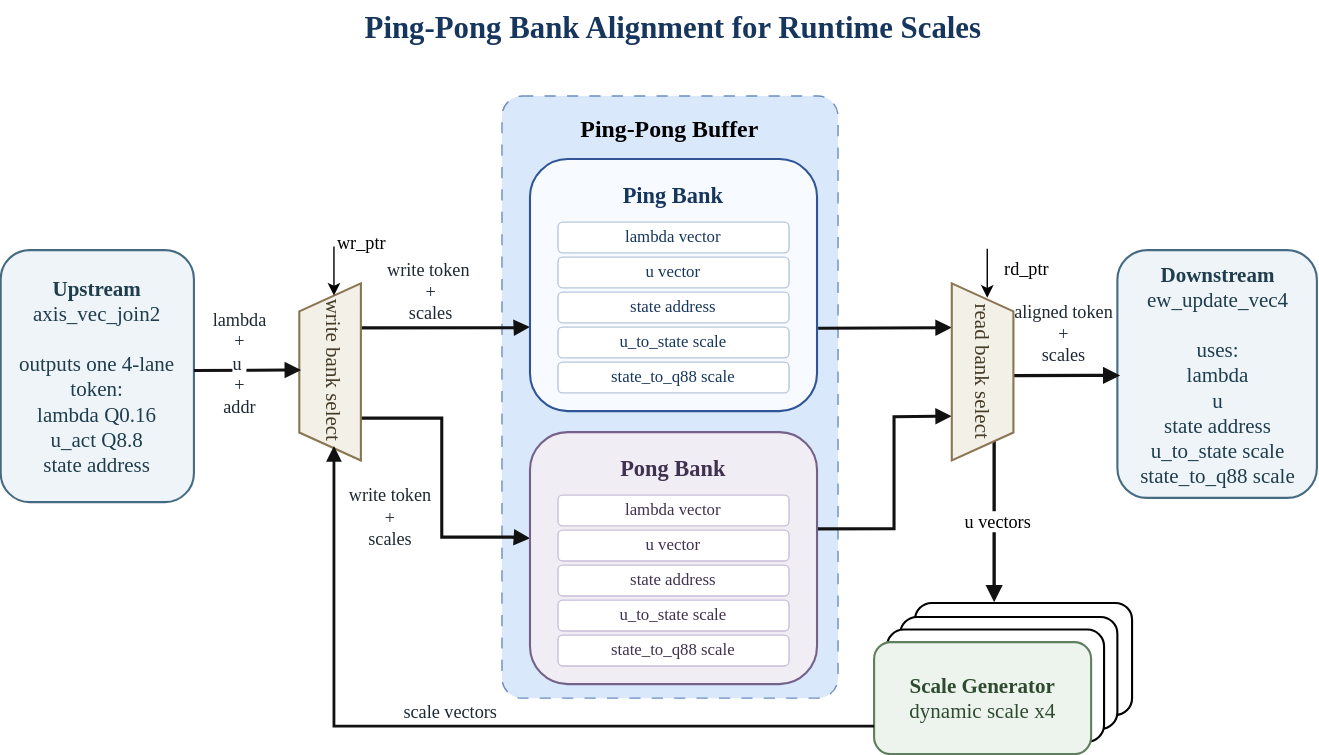
Elison-debug/Cmamba_reconstruct keeps this draw.io diagram as docx/presentation/thesis/drawio/ping_pong_scale_alignment.svg. Above is the earlier version. Source tidied: cells renumbered, new cells last; positions are measured from the earlier drawing's top-left corner, leaving out a move shared by most shapes.
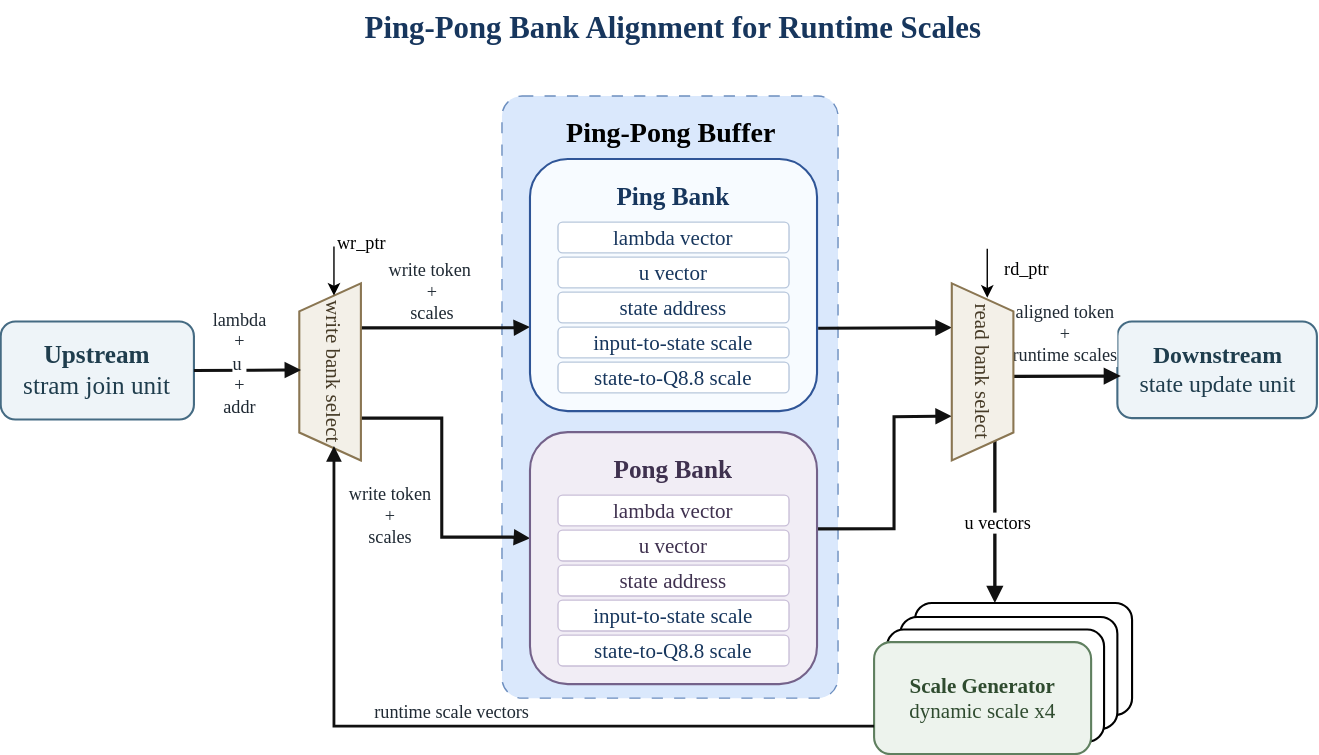
Above is the later version.

The edit, as a diff of the source:
```diff
@@ -59,8 +59,8 @@
     <mxCell id="11" value="Ping-Pong Bank Alignment for Runtime Scales" style="text;html=1;strokeColor=none;fillColor=none;fontFamily=Times New Roman;fontSize=22;fontStyle=1;fontColor=#17365d;align=center;" parent="1" vertex="1">
       <mxGeometry x="205" width="550" height="34" as="geometry" />
     </mxCell>
-    <mxCell id="12" value="&lt;div&gt;&lt;b&gt;Upstream&lt;/b&gt;&lt;/div&gt;&lt;div&gt;axis_vec_join2&lt;/div&gt;&lt;br&gt;&lt;div&gt;outputs one 4-lane token:&lt;/div&gt;&lt;div&gt;lambda Q0.16&lt;/div&gt;&lt;div&gt;u_act Q8.8&lt;/div&gt;&lt;div&gt;state address&lt;/div&gt;" style="rounded=1;whiteSpace=wrap;html=1;fillColor=#eef4f8;strokeColor=#456b83;fontColor=#1f3d4d;fontFamily=Times New Roman;fontSize=15;strokeWidth=1.5;" parent="1" vertex="1">
-      <mxGeometry y="178" width="138" height="180" as="geometry" />
+    <mxCell id="12" value="&lt;div&gt;&lt;b&gt;&lt;font style=&quot;font-size: 18px;&quot;&gt;Upstream&lt;/font&gt;&lt;/b&gt;&lt;/div&gt;&lt;div&gt;&lt;font style=&quot;font-size: 18px;&quot;&gt;stram join unit&lt;/font&gt;&lt;/div&gt;" style="rounded=1;whiteSpace=wrap;html=1;fillColor=#eef4f8;strokeColor=#456b83;fontColor=#1f3d4d;fontFamily=Times New Roman;fontSize=15;strokeWidth=1.5;" parent="1" vertex="1">
+      <mxGeometry y="229" width="138" height="70" as="geometry" />
     </mxCell>
     <mxCell id="13" style="shape=trapezoid;perimeter=trapezoidPerimeter;whiteSpace=wrap;html=1;fixedSize=1;direction=east;fillColor=#f3f0e8;strokeColor=#8a7652;fontColor=#463b27;fontFamily=Times New Roman;fontSize=15;strokeWidth=1.5;rotation=-90;" parent="1" vertex="1">
       <mxGeometry x="172" y="243" width="126.5" height="44" as="geometry" />
@@ -68,44 +68,44 @@
     <mxCell id="14" value="&lt;div&gt;&lt;b&gt;Scale Generator&lt;/b&gt;&lt;/div&gt;&lt;div&gt;dynamic scale x4&lt;/div&gt;" style="rounded=1;whiteSpace=wrap;html=1;fillColor=#edf3ed;strokeColor=#5f7f5f;fontColor=#2f4b2f;fontFamily=Times New Roman;fontSize=15;strokeWidth=1.5;" parent="1" vertex="1">
       <mxGeometry x="623.8" y="458" width="155" height="80" as="geometry" />
     </mxCell>
-    <mxCell id="15" value="Ping Bank" style="rounded=1;whiteSpace=wrap;html=1;fillColor=#f7fbff;strokeColor=#2f5597;fontColor=#17365d;fontFamily=Times New Roman;fontSize=16;fontStyle=1;strokeWidth=1.5;verticalAlign=top;spacingTop=10;" parent="1" vertex="1">
+    <mxCell id="15" value="&lt;font style=&quot;font-size: 18px;&quot;&gt;Ping Bank&lt;/font&gt;" style="rounded=1;whiteSpace=wrap;html=1;fillColor=#f7fbff;strokeColor=#2f5597;fontColor=#17365d;fontFamily=Times New Roman;fontSize=16;fontStyle=1;strokeWidth=1.5;verticalAlign=top;spacingTop=10;" parent="1" vertex="1">
       <mxGeometry x="378" y="113" width="205" height="180" as="geometry" />
     </mxCell>
-    <mxCell id="16" value="lambda vector" style="rounded=1;whiteSpace=wrap;html=1;fillColor=#ffffff;strokeColor=#b8c7dc;fontColor=#17365d;fontFamily=Times New Roman;fontSize=12;strokeWidth=1;" parent="1" vertex="1">
+    <mxCell id="16" value="&lt;font style=&quot;font-size: 15px;&quot;&gt;lambda vector&lt;/font&gt;" style="rounded=1;whiteSpace=wrap;html=1;fillColor=#ffffff;strokeColor=#b8c7dc;fontColor=#17365d;fontFamily=Times New Roman;fontSize=12;strokeWidth=1;" parent="1" vertex="1">
       <mxGeometry x="398" y="158" width="165" height="22" as="geometry" />
     </mxCell>
-    <mxCell id="17" value="u vector" style="rounded=1;whiteSpace=wrap;html=1;fillColor=#ffffff;strokeColor=#b8c7dc;fontColor=#17365d;fontFamily=Times New Roman;fontSize=12;strokeWidth=1;" parent="1" vertex="1">
+    <mxCell id="17" value="&lt;font style=&quot;font-size: 15px;&quot;&gt;u vector&lt;/font&gt;" style="rounded=1;whiteSpace=wrap;html=1;fillColor=#ffffff;strokeColor=#b8c7dc;fontColor=#17365d;fontFamily=Times New Roman;fontSize=12;strokeWidth=1;" parent="1" vertex="1">
       <mxGeometry x="398" y="183" width="165" height="22" as="geometry" />
     </mxCell>
-    <mxCell id="18" value="state address" style="rounded=1;whiteSpace=wrap;html=1;fillColor=#ffffff;strokeColor=#b8c7dc;fontColor=#17365d;fontFamily=Times New Roman;fontSize=12;strokeWidth=1;" parent="1" vertex="1">
+    <mxCell id="18" value="&lt;font style=&quot;font-size: 15px;&quot;&gt;state address&lt;/font&gt;" style="rounded=1;whiteSpace=wrap;html=1;fillColor=#ffffff;strokeColor=#b8c7dc;fontColor=#17365d;fontFamily=Times New Roman;fontSize=12;strokeWidth=1;" parent="1" vertex="1">
       <mxGeometry x="398" y="208" width="165" height="22" as="geometry" />
     </mxCell>
-    <mxCell id="19" value="u_to_state scale" style="rounded=1;whiteSpace=wrap;html=1;fillColor=#ffffff;strokeColor=#b8c7dc;fontColor=#17365d;fontFamily=Times New Roman;fontSize=12;strokeWidth=1;" parent="1" vertex="1">
+    <mxCell id="19" value="&lt;font style=&quot;font-size: 15px;&quot;&gt;input-to-state scale&lt;/font&gt;" style="rounded=1;whiteSpace=wrap;html=1;fillColor=#ffffff;strokeColor=#b8c7dc;fontColor=#17365d;fontFamily=Times New Roman;fontSize=12;strokeWidth=1;" parent="1" vertex="1">
       <mxGeometry x="398" y="233" width="165" height="22" as="geometry" />
     </mxCell>
-    <mxCell id="20" value="state_to_q88 scale" style="rounded=1;whiteSpace=wrap;html=1;fillColor=#ffffff;strokeColor=#b8c7dc;fontColor=#17365d;fontFamily=Times New Roman;fontSize=12;strokeWidth=1;" parent="1" vertex="1">
+    <mxCell id="20" value="&lt;font style=&quot;font-size: 15px;&quot;&gt;state-to-Q8.8 scale&lt;/font&gt;" style="rounded=1;whiteSpace=wrap;html=1;fillColor=#ffffff;strokeColor=#b8c7dc;fontColor=#17365d;fontFamily=Times New Roman;fontSize=12;strokeWidth=1;" parent="1" vertex="1">
       <mxGeometry x="398" y="258" width="165" height="22" as="geometry" />
     </mxCell>
-    <mxCell id="21" value="Pong Bank" style="rounded=1;whiteSpace=wrap;html=1;fillColor=#f1edf5;strokeColor=#74628a;fontColor=#3f314f;fontFamily=Times New Roman;fontSize=16;fontStyle=1;strokeWidth=1.5;verticalAlign=top;spacingTop=10;" parent="1" vertex="1">
+    <mxCell id="21" value="&lt;font style=&quot;font-size: 18px;&quot;&gt;Pong Bank&lt;/font&gt;" style="rounded=1;whiteSpace=wrap;html=1;fillColor=#f1edf5;strokeColor=#74628a;fontColor=#3f314f;fontFamily=Times New Roman;fontSize=16;fontStyle=1;strokeWidth=1.5;verticalAlign=top;spacingTop=10;" parent="1" vertex="1">
       <mxGeometry x="378" y="308" width="205" height="180" as="geometry" />
     </mxCell>
-    <mxCell id="22" value="lambda vector" style="rounded=1;whiteSpace=wrap;html=1;fillColor=#ffffff;strokeColor=#c9bfd8;fontColor=#3f314f;fontFamily=Times New Roman;fontSize=12;strokeWidth=1;" parent="1" vertex="1">
+    <mxCell id="22" value="&lt;font style=&quot;font-size: 15px;&quot;&gt;lambda vector&lt;/font&gt;" style="rounded=1;whiteSpace=wrap;html=1;fillColor=#ffffff;strokeColor=#c9bfd8;fontColor=#3f314f;fontFamily=Times New Roman;fontSize=12;strokeWidth=1;" parent="1" vertex="1">
       <mxGeometry x="398" y="353" width="165" height="22" as="geometry" />
     </mxCell>
-    <mxCell id="23" value="u vector" style="rounded=1;whiteSpace=wrap;html=1;fillColor=#ffffff;strokeColor=#c9bfd8;fontColor=#3f314f;fontFamily=Times New Roman;fontSize=12;strokeWidth=1;" parent="1" vertex="1">
+    <mxCell id="23" value="&lt;font style=&quot;font-size: 15px;&quot;&gt;u vector&lt;/font&gt;" style="rounded=1;whiteSpace=wrap;html=1;fillColor=#ffffff;strokeColor=#c9bfd8;fontColor=#3f314f;fontFamily=Times New Roman;fontSize=12;strokeWidth=1;" parent="1" vertex="1">
       <mxGeometry x="398" y="378" width="165" height="22" as="geometry" />
     </mxCell>
-    <mxCell id="24" value="state address" style="rounded=1;whiteSpace=wrap;html=1;fillColor=#ffffff;strokeColor=#c9bfd8;fontColor=#3f314f;fontFamily=Times New Roman;fontSize=12;strokeWidth=1;" parent="1" vertex="1">
+    <mxCell id="24" value="&lt;font style=&quot;font-size: 15px;&quot;&gt;state address&lt;/font&gt;" style="rounded=1;whiteSpace=wrap;html=1;fillColor=#ffffff;strokeColor=#c9bfd8;fontColor=#3f314f;fontFamily=Times New Roman;fontSize=12;strokeWidth=1;" parent="1" vertex="1">
       <mxGeometry x="398" y="403" width="165" height="22" as="geometry" />
     </mxCell>
-    <mxCell id="25" value="u_to_state scale" style="rounded=1;whiteSpace=wrap;html=1;fillColor=#ffffff;strokeColor=#c9bfd8;fontColor=#3f314f;fontFamily=Times New Roman;fontSize=12;strokeWidth=1;" parent="1" vertex="1">
+    <mxCell id="25" value="&lt;span style=&quot;color: rgb(23, 54, 93);&quot;&gt;&lt;font style=&quot;font-size: 15px;&quot;&gt;input-to-state scale&lt;/font&gt;&lt;/span&gt;" style="rounded=1;whiteSpace=wrap;html=1;fillColor=#ffffff;strokeColor=#c9bfd8;fontColor=#3f314f;fontFamily=Times New Roman;fontSize=12;strokeWidth=1;" parent="1" vertex="1">
       <mxGeometry x="398" y="428" width="165" height="22" as="geometry" />
     </mxCell>
-    <mxCell id="26" value="state_to_q88 scale" style="rounded=1;whiteSpace=wrap;html=1;fillColor=#ffffff;strokeColor=#c9bfd8;fontColor=#3f314f;fontFamily=Times New Roman;fontSize=12;strokeWidth=1;" parent="1" vertex="1">
+    <mxCell id="26" value="&lt;span style=&quot;color: rgb(23, 54, 93);&quot;&gt;&lt;font style=&quot;font-size: 15px;&quot;&gt;state-to-Q8.8 scale&lt;/font&gt;&lt;/span&gt;" style="rounded=1;whiteSpace=wrap;html=1;fillColor=#ffffff;strokeColor=#c9bfd8;fontColor=#3f314f;fontFamily=Times New Roman;fontSize=12;strokeWidth=1;" parent="1" vertex="1">
       <mxGeometry x="398" y="453" width="165" height="22" as="geometry" />
     </mxCell>
-    <mxCell id="27" value="&lt;div&gt;&lt;b&gt;Downstream&lt;/b&gt;&lt;/div&gt;&lt;div&gt;ew_update_vec4&lt;/div&gt;&lt;br&gt;&lt;div&gt;uses:&lt;/div&gt;&lt;div&gt;lambda&lt;/div&gt;&lt;div&gt;u&lt;/div&gt;&lt;div&gt;state address&lt;/div&gt;&lt;div&gt;u_to_state scale&lt;/div&gt;&lt;div&gt;state_to_q88 scale&lt;/div&gt;" style="rounded=1;whiteSpace=wrap;html=1;fillColor=#eef4f8;strokeColor=#456b83;fontColor=#1f3d4d;fontFamily=Times New Roman;fontSize=15;strokeWidth=1.5;" parent="1" vertex="1">
-      <mxGeometry x="797.5" y="178" width="142.5" height="177" as="geometry" />
+    <mxCell id="27" value="&lt;div&gt;&lt;b&gt;&lt;font style=&quot;font-size: 17px;&quot;&gt;Downstream&lt;/font&gt;&lt;/b&gt;&lt;/div&gt;&lt;div&gt;&lt;font style=&quot;font-size: 17px;&quot;&gt;state update unit&lt;/font&gt;&lt;/div&gt;" style="rounded=1;whiteSpace=wrap;html=1;fillColor=#eef4f8;strokeColor=#456b83;fontColor=#1f3d4d;fontFamily=Times New Roman;fontSize=15;strokeWidth=1.5;" parent="1" vertex="1">
+      <mxGeometry x="797.5" y="229" width="142.5" height="69" as="geometry" />
     </mxCell>
     <mxCell id="28" style="endArrow=block;html=1;rounded=0;strokeColor=#111111;strokeWidth=2.2;fontFamily=Times New Roman;fontSize=13;fontColor=#1f2933;entryX=0.33;entryY=0.929;entryDx=0;entryDy=0;entryPerimeter=0;" parent="1" edge="1">
       <mxGeometry x="-0.14" y="14" relative="1" as="geometry">
@@ -113,7 +113,7 @@
         <mxPoint x="214.5" y="263.7" as="targetPoint" />
       </mxGeometry>
     </mxCell>
-    <mxCell id="29" value="scale vectors" style="endArrow=block;html=1;rounded=0;strokeColor=#111111;strokeWidth=2;fontFamily=Times New Roman;fontSize=13;fontColor=#1f2933;exitX=0;exitY=0.75;exitDx=0;exitDy=0;" parent="1" edge="1" source="14">
+    <mxCell id="29" value="runtime scale vectors" style="endArrow=block;html=1;rounded=0;strokeColor=#111111;strokeWidth=2;fontFamily=Times New Roman;fontSize=13;fontColor=#1f2933;exitX=0;exitY=0.75;exitDx=0;exitDy=0;" parent="1" edge="1" source="14">
       <mxGeometry x="0.03" y="-10" relative="1" as="geometry">
         <mxPoint x="238" y="318" as="targetPoint" />
         <Array as="points">
@@ -124,7 +124,7 @@
     <mxCell id="30" style="endArrow=block;html=1;rounded=0;strokeColor=#111111;strokeWidth=2.2;entryX=0.25;entryY=1;entryDx=0;entryDy=0;exitX=1.004;exitY=0.671;exitDx=0;exitDy=0;exitPerimeter=0;" parent="1" edge="1" source="15" target="33">
       <mxGeometry relative="1" as="geometry" />
     </mxCell>
-    <mxCell id="31" value="aligned token&lt;div&gt;+&lt;/div&gt;&lt;div&gt;scales&lt;/div&gt;" style="endArrow=block;html=1;rounded=0;strokeColor=#111111;strokeWidth=2.4;fontFamily=Times New Roman;fontSize=13;fontColor=#1f2933;exitX=0.525;exitY=0.017;exitDx=0;exitDy=0;exitPerimeter=0;" parent="1" edge="1" source="33">
+    <mxCell id="31" value="aligned token&lt;div&gt;+&lt;/div&gt;&lt;div&gt;runtime scales&lt;/div&gt;" style="endArrow=block;html=1;rounded=0;strokeColor=#111111;strokeWidth=2.4;fontFamily=Times New Roman;fontSize=13;fontColor=#1f2933;exitX=0.525;exitY=0.017;exitDx=0;exitDy=0;exitPerimeter=0;" parent="1" edge="1" source="33">
       <mxGeometry x="-0.03" y="30" relative="1" as="geometry">
         <mxPoint x="800" y="268" as="targetPoint" />
         <Array as="points">
@@ -162,8 +162,8 @@
     <mxCell id="39" style="edgeStyle=orthogonalEdgeStyle;rounded=0;orthogonalLoop=1;jettySize=auto;html=1;exitX=1;exitY=0.5;exitDx=0;exitDy=0;" parent="1" edge="1" source="34" target="34">
       <mxGeometry relative="1" as="geometry" />
     </mxCell>
-    <mxCell id="40" value="&lt;font face=&quot;Times New Roman&quot; style=&quot;font-size: 17px;&quot;&gt;&lt;b&gt;Ping-Pong Buffer&lt;/b&gt;&lt;/font&gt;" style="text;html=1;whiteSpace=wrap;strokeColor=none;fillColor=none;align=center;verticalAlign=middle;rounded=0;" parent="1" vertex="1">
-      <mxGeometry x="408" y="78" width="140" height="30" as="geometry" />
+    <mxCell id="40" value="&lt;font face=&quot;Times New Roman&quot; style=&quot;font-size: 20px;&quot;&gt;&lt;b style=&quot;&quot;&gt;Ping-Pong Buffer&lt;/b&gt;&lt;/font&gt;" style="text;html=1;whiteSpace=wrap;strokeColor=none;fillColor=none;align=center;verticalAlign=middle;rounded=0;" parent="1" vertex="1">
+      <mxGeometry x="398" y="78" width="162" height="30" as="geometry" />
     </mxCell>
     <mxCell id="41" value="&lt;span style=&quot;color: rgb(31, 41, 51); font-family: &amp;quot;Times New Roman&amp;quot;; font-size: 13px; text-wrap-mode: nowrap; background-color: rgb(255, 255, 255);&quot;&gt;lambda&lt;/span&gt;&lt;div&gt;&lt;font color=&quot;#1f2933&quot; face=&quot;Times New Roman&quot;&gt;&lt;span style=&quot;font-size: 13px; text-wrap-mode: nowrap;&quot;&gt;+&lt;br&gt;&lt;/span&gt;&lt;/font&gt;&lt;div&gt;&lt;span style=&quot;color: rgb(31, 41, 51); font-family: &amp;quot;Times New Roman&amp;quot;; font-size: 13px; text-wrap-mode: nowrap; background-color: rgb(255, 255, 255);&quot;&gt;u&amp;nbsp;&lt;/span&gt;&lt;/div&gt;&lt;div&gt;&lt;span style=&quot;color: rgb(31, 41, 51); font-family: &amp;quot;Times New Roman&amp;quot;; font-size: 13px; text-wrap-mode: nowrap; background-color: rgb(255, 255, 255);&quot;&gt;+&lt;/span&gt;&lt;/div&gt;&lt;div&gt;&lt;span style=&quot;color: rgb(31, 41, 51); font-family: &amp;quot;Times New Roman&amp;quot;; font-size: 13px; text-wrap-mode: nowrap; background-color: rgb(255, 255, 255);&quot;&gt;addr&lt;/span&gt;&lt;/div&gt;&lt;/div&gt;" style="text;html=1;whiteSpace=wrap;strokeColor=none;fillColor=none;align=center;verticalAlign=middle;rounded=0;rotation=0;" parent="1" vertex="1">
       <mxGeometry x="148" y="238" width="46" height="42" as="geometry" />
```
